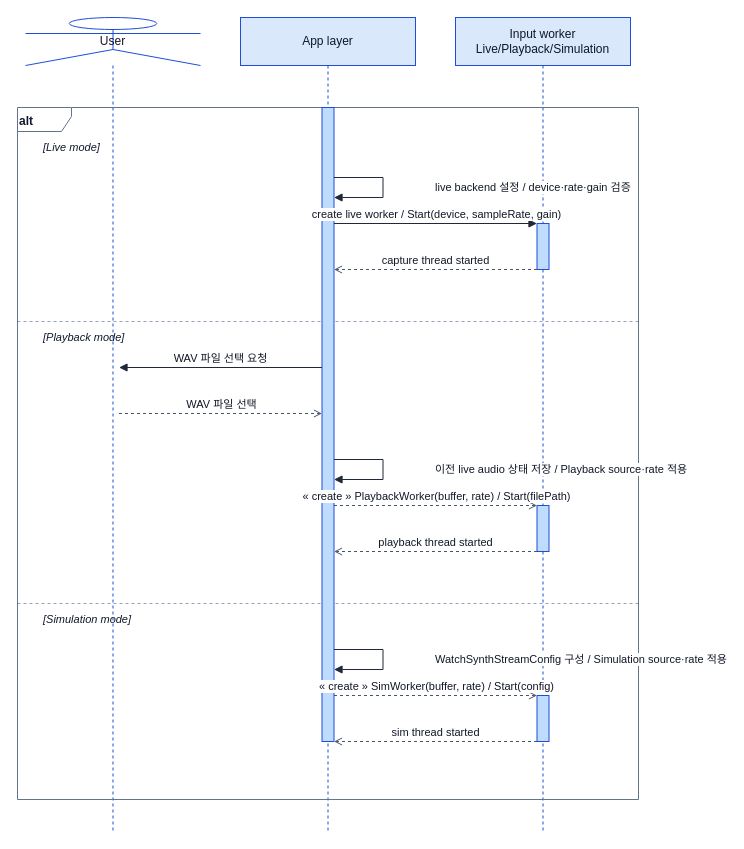
Above: page "Level 2.2 · 입력 모드별 시작 흐름" (3 of 7) of docs/architecture/Sequence/sequence.drawio in Jae-hong-5/TimeGrapher-Net (draw.io), before the change. Source tidied: cells renumbered, new cells numbered last; positions are measured from the earlier drawing's top-left corner, leaving out a move shared by most shapes. Both pictures are drawn from the tidied source at 100%, with x=0, y=0 at pixel (17, 17).
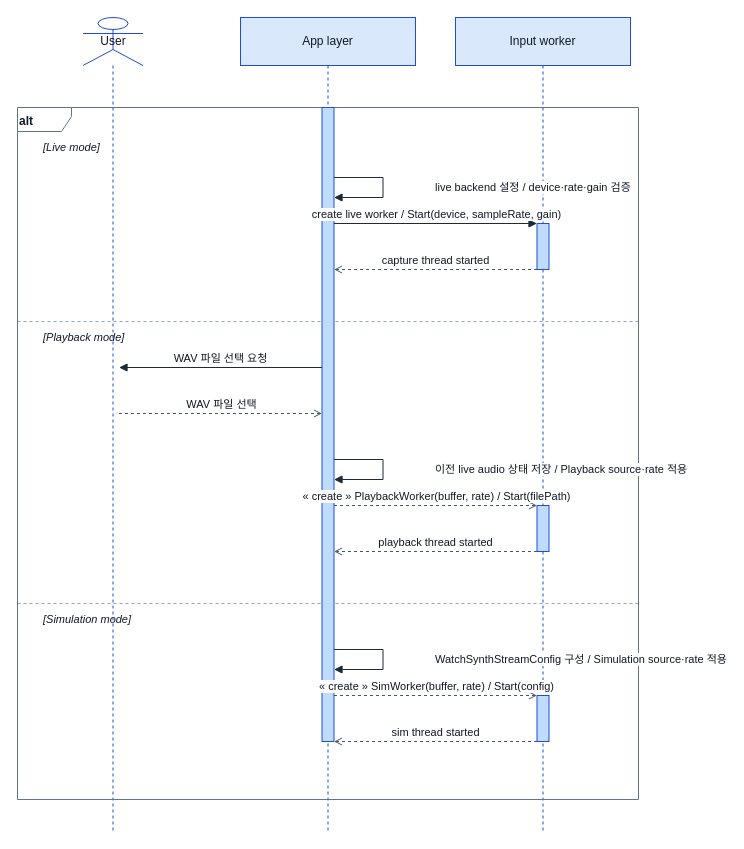
Above is the later version.

What changed in the source:
```diff
@@
     <mxCell id="2" value="User" style="shape=umlLifeline;participant=umlActor;perimeter=lifelinePerimeter;whiteSpace=wrap;html=1;size=48;fillColor=none;strokeColor=#1d4ed8;fontColor=#0f172a;fontSize=12;" parent="1" vertex="1">
-      <mxGeometry x="8" width="175" height="814" as="geometry" />
+      <mxGeometry x="65.5" width="60" height="814" as="geometry" />
     </mxCell>
@@
-    <mxCell id="4" value="Input worker&#10;Live/Playback/Simulation" style="shape=umlLifeline;perimeter=lifelinePerimeter;whiteSpace=wrap;html=1;size=48;fillColor=#dae8fc;strokeColor=#1d4ed8;fontColor=#0f172a;fontSize=12;" parent="1" vertex="1">
+    <mxCell id="4" value="Input worker" style="shape=umlLifeline;perimeter=lifelinePerimeter;whiteSpace=wrap;html=1;size=48;fillColor=#dae8fc;strokeColor=#1d4ed8;fontColor=#0f172a;fontSize=12;" parent="1" vertex="1">
       <mxGeometry x="438" width="175" height="814" as="geometry" />
     </mxCell>
```
